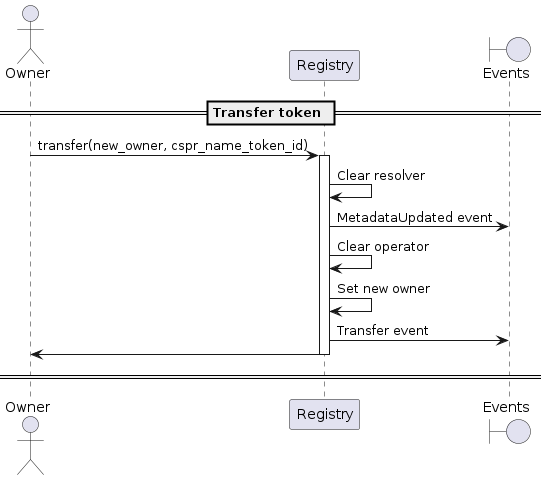
make-software/cspr-name-contracts keeps this PlantUML diagram as docs/sequence-diagrams/puml/transfer-domain.png. Above is the earlier version.
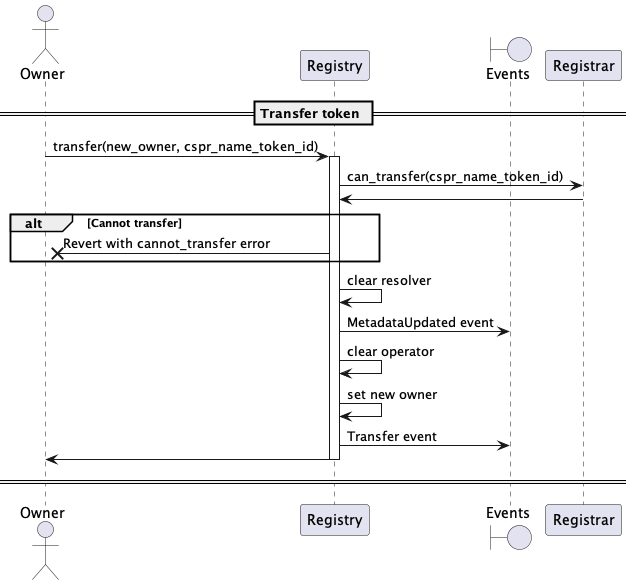
Above is the later version.

What changed in the source:
```diff
@@ -8,10 +8,15 @@
 
 Owner -> Registry: transfer(new_owner, cspr_name_token_id)
 activate Registry
-Registry -> Registry: Clear resolver
+Registry -> Registrar: can_transfer(cspr_name_token_id)
+Registrar -> Registry
+alt Cannot transfer
+    Registry ->X Owner: Revert with cannot_transfer error
+end
+Registry -> Registry: clear resolver
 Registry -> "Events": MetadataUpdated event
-Registry -> Registry: Clear operator
-Registry -> Registry : Set new owner
+Registry -> Registry: clear operator
+Registry -> Registry : set new owner
 Registry -> "Events": Transfer event
 Registry -> Owner
 deactivate Registry
```
